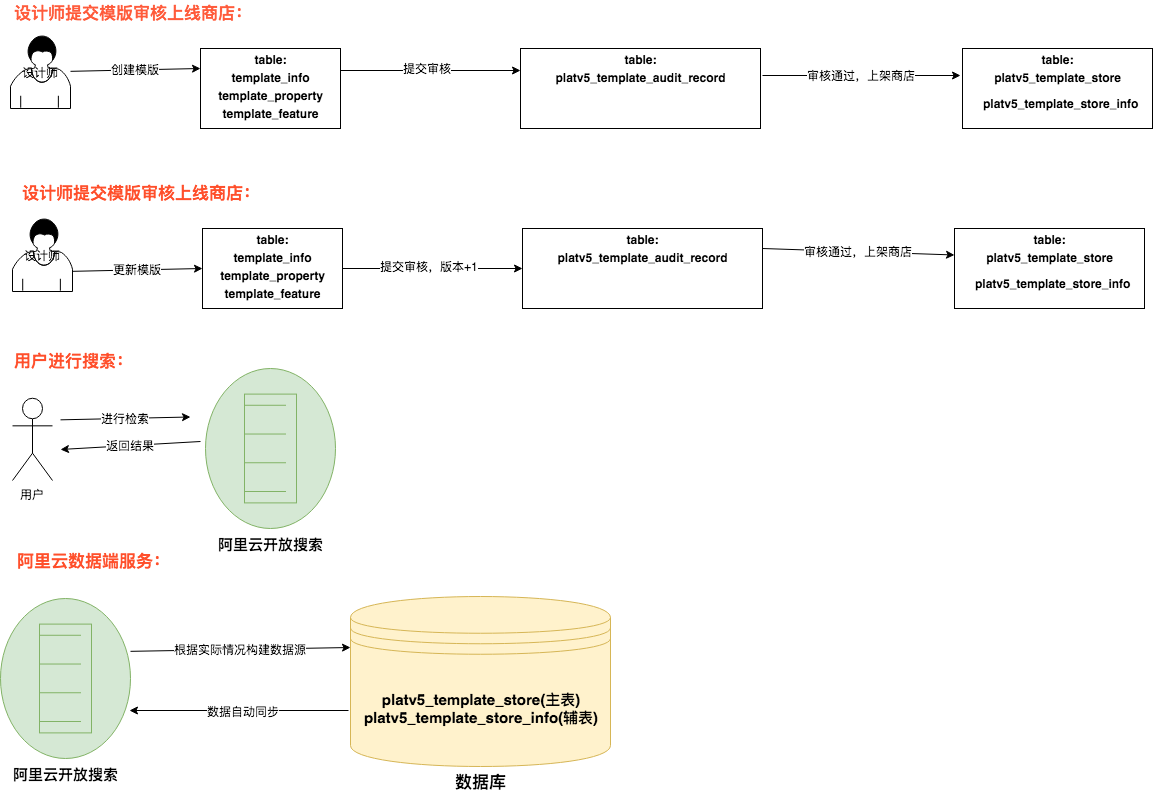
jinbiaomao/mao_demo keeps this draw.io diagram as a.png. Above is the earlier version. Source tidied: cells renumbered, new cells last; positions are measured from the earlier drawing's top-left corner, leaving out a move shared by most shapes.
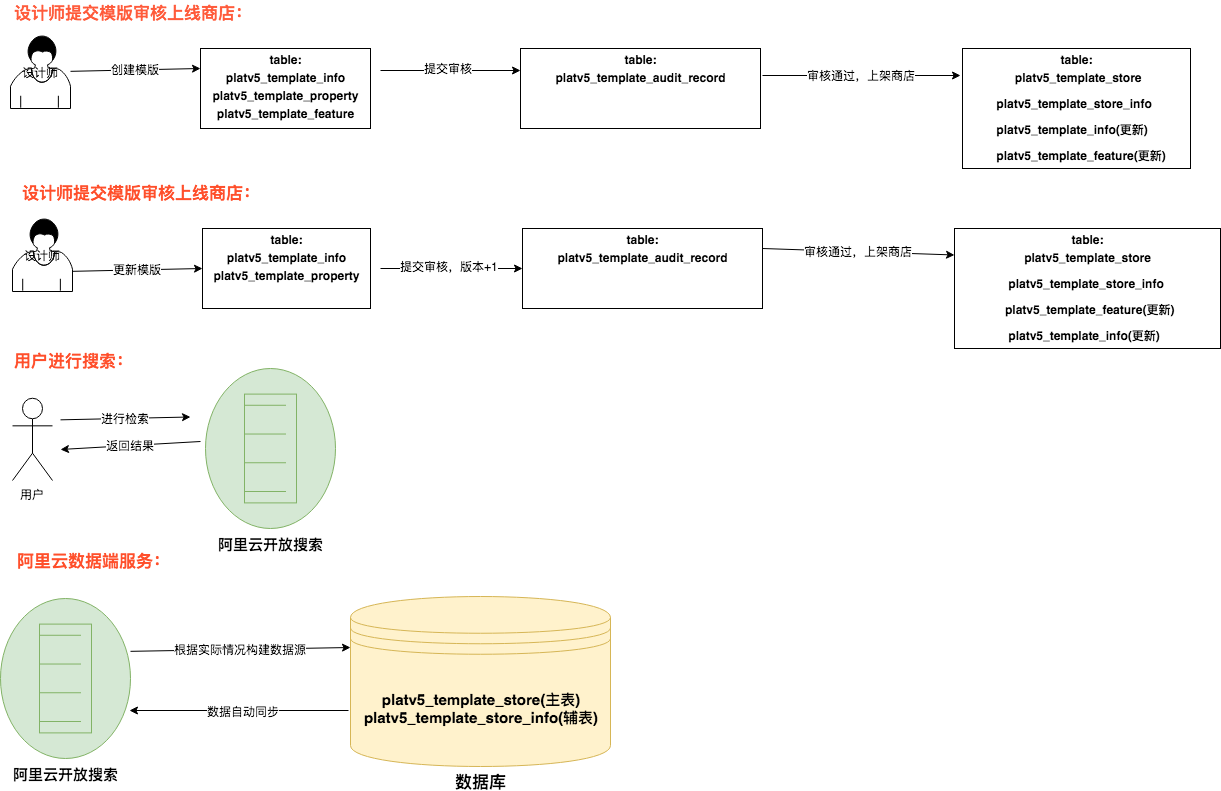
After the change.

What changed in the source:
```diff
@@ -10,12 +10,12 @@
         <mxPoint x="200" y="68" as="targetPoint" />
       </mxGeometry>
     </mxCell>
-    <mxCell id="4" value="&lt;p style=&quot;margin: 0px ; margin-top: 4px ; text-align: center&quot;&gt;&lt;b&gt;table:&lt;/b&gt;&lt;/p&gt;&lt;p style=&quot;margin: 0px ; margin-top: 4px ; text-align: center&quot;&gt;&lt;b&gt;template_info&lt;/b&gt;&lt;/p&gt;&lt;p style=&quot;margin: 0px ; margin-top: 4px ; text-align: center&quot;&gt;&lt;b&gt;template_property&lt;/b&gt;&lt;/p&gt;&lt;p style=&quot;margin: 0px ; margin-top: 4px ; text-align: center&quot;&gt;&lt;b&gt;template_feature&lt;/b&gt;&lt;/p&gt;" style="verticalAlign=top;align=left;overflow=fill;fontSize=12;fontFamily=Helvetica;html=1;" parent="1" vertex="1">
-      <mxGeometry x="200" y="48" width="140" height="80" as="geometry" />
+    <mxCell id="4" value="&lt;p style=&quot;margin: 0px ; margin-top: 4px ; text-align: center&quot;&gt;&lt;b&gt;table:&lt;/b&gt;&lt;/p&gt;&lt;p style=&quot;margin: 0px ; margin-top: 4px ; text-align: center&quot;&gt;&lt;b&gt;platv5_template_info&lt;/b&gt;&lt;/p&gt;&lt;p style=&quot;margin: 0px ; margin-top: 4px ; text-align: center&quot;&gt;&lt;b&gt;platv5_template_property&lt;/b&gt;&lt;/p&gt;&lt;p style=&quot;margin: 0px ; margin-top: 4px ; text-align: center&quot;&gt;&lt;b&gt;platv5_template_feature&lt;/b&gt;&lt;/p&gt;" style="verticalAlign=top;align=left;overflow=fill;fontSize=12;fontFamily=Helvetica;html=1;" parent="1" vertex="1">
+      <mxGeometry x="200" y="48" width="170" height="80" as="geometry" />
     </mxCell>
-    <mxCell id="5" style="endArrow=classic;html=1;exitX=1;exitY=0.5;" parent="1" edge="1">
+    <mxCell id="5" style="endArrow=classic;html=1;" parent="1" edge="1">
       <mxGeometry relative="1" as="geometry">
-        <mxPoint x="340" y="70" as="sourcePoint" />
+        <mxPoint x="380" y="70" as="sourcePoint" />
         <mxPoint x="520" y="70" as="targetPoint" />
       </mxGeometry>
     </mxCell>
@@ -30,8 +30,8 @@
         <mxPoint x="960" y="75" as="targetPoint" />
       </mxGeometry>
     </mxCell>
-    <mxCell id="9" value="&lt;p style=&quot;margin: 0px ; margin-top: 4px ; text-align: center&quot;&gt;&lt;b&gt;table:&lt;/b&gt;&lt;/p&gt;&lt;p style=&quot;margin: 0px ; margin-top: 4px ; text-align: center&quot;&gt;&lt;b&gt;platv5_template&lt;/b&gt;&lt;b&gt;_&lt;/b&gt;&lt;b&gt;store&lt;/b&gt;&lt;/p&gt;&lt;p&gt;&lt;b&gt;&amp;nbsp; &amp;nbsp; &amp;nbsp; platv5_template&lt;/b&gt;&lt;b&gt;_&lt;/b&gt;&lt;b&gt;store_info&lt;/b&gt;&lt;/p&gt;&lt;p&gt;&lt;b&gt;&lt;br&gt;&lt;/b&gt;&lt;/p&gt;" style="verticalAlign=top;align=left;overflow=fill;fontSize=12;fontFamily=Helvetica;html=1;" parent="1" vertex="1">
-      <mxGeometry x="962" y="48" width="190" height="80" as="geometry" />
+    <mxCell id="9" value="&lt;p style=&quot;margin: 0px ; margin-top: 4px ; text-align: center&quot;&gt;&lt;b&gt;table:&lt;/b&gt;&lt;/p&gt;&lt;p style=&quot;margin: 0px ; margin-top: 4px ; text-align: center&quot;&gt;&lt;b&gt;&amp;nbsp;platv5_template&lt;/b&gt;&lt;b&gt;_&lt;/b&gt;&lt;b&gt;store&lt;/b&gt;&lt;/p&gt;&lt;p&gt;&lt;b&gt;&amp;nbsp; &amp;nbsp; &amp;nbsp; &amp;nbsp; &amp;nbsp; platv5_template&lt;/b&gt;&lt;b&gt;_&lt;/b&gt;&lt;b&gt;store_info&lt;/b&gt;&lt;/p&gt;&lt;p&gt;&lt;b&gt;&amp;nbsp; &amp;nbsp; &amp;nbsp; &amp;nbsp; &amp;nbsp; platv5_template_info(更新)&lt;/b&gt;&lt;/p&gt;&lt;p&gt;&lt;b&gt;&amp;nbsp; &amp;nbsp; &amp;nbsp; &amp;nbsp; &amp;nbsp; platv5_template_feature(更新)&lt;/b&gt;&lt;/p&gt;&lt;p&gt;&lt;b&gt;&lt;br&gt;&lt;/b&gt;&lt;/p&gt;" style="verticalAlign=top;align=left;overflow=fill;fontSize=12;fontFamily=Helvetica;html=1;" parent="1" vertex="1">
+      <mxGeometry x="962" y="48" width="228" height="120" as="geometry" />
     </mxCell>
     <mxCell id="10" value="设计师" style="shape=mxgraph.bpmn.user_task;html=1;fillColor=#ffffff;strokeColor=#000000;" parent="1" vertex="1">
       <mxGeometry x="12" y="218" width="60" height="73" as="geometry" />
@@ -42,12 +42,12 @@
         <mxPoint x="202" y="268" as="targetPoint" />
       </mxGeometry>
     </mxCell>
-    <mxCell id="12" value="&lt;p style=&quot;margin: 0px ; margin-top: 4px ; text-align: center&quot;&gt;&lt;b&gt;table:&lt;/b&gt;&lt;/p&gt;&lt;p style=&quot;margin: 0px ; margin-top: 4px ; text-align: center&quot;&gt;&lt;b&gt;template_info&lt;/b&gt;&lt;/p&gt;&lt;p style=&quot;margin: 0px ; margin-top: 4px ; text-align: center&quot;&gt;&lt;b&gt;template_property&lt;/b&gt;&lt;/p&gt;&lt;p style=&quot;margin: 0px ; margin-top: 4px ; text-align: center&quot;&gt;&lt;b&gt;template_feature&lt;/b&gt;&lt;/p&gt;" style="verticalAlign=top;align=left;overflow=fill;fontSize=12;fontFamily=Helvetica;html=1;" parent="1" vertex="1">
-      <mxGeometry x="202" y="228" width="140" height="80" as="geometry" />
+    <mxCell id="12" value="&lt;p style=&quot;margin: 0px ; margin-top: 4px ; text-align: center&quot;&gt;&lt;b&gt;table:&lt;/b&gt;&lt;/p&gt;&lt;p style=&quot;margin: 0px ; margin-top: 4px ; text-align: center&quot;&gt;&lt;b&gt;platv5_template_info&lt;/b&gt;&lt;/p&gt;&lt;p style=&quot;margin: 0px ; margin-top: 4px ; text-align: center&quot;&gt;&lt;b&gt;platv5_template_property&lt;/b&gt;&lt;/p&gt;" style="verticalAlign=top;align=left;overflow=fill;fontSize=12;fontFamily=Helvetica;html=1;" parent="1" vertex="1">
+      <mxGeometry x="202" y="228" width="168" height="80" as="geometry" />
     </mxCell>
-    <mxCell id="13" style="endArrow=classic;html=1;exitX=1;exitY=0.5;" parent="1" edge="1">
+    <mxCell id="13" style="endArrow=classic;html=1;" parent="1" edge="1">
       <mxGeometry relative="1" as="geometry">
-        <mxPoint x="342" y="268" as="sourcePoint" />
+        <mxPoint x="380" y="268" as="sourcePoint" />
         <mxPoint x="522" y="268" as="targetPoint" />
       </mxGeometry>
     </mxCell>
@@ -62,8 +62,8 @@
         <mxPoint x="954" y="254.5" as="targetPoint" />
       </mxGeometry>
     </mxCell>
-    <mxCell id="17" value="&lt;p style=&quot;margin: 0px ; margin-top: 4px ; text-align: center&quot;&gt;&lt;b&gt;table:&lt;/b&gt;&lt;/p&gt;&lt;p style=&quot;margin: 0px ; margin-top: 4px ; text-align: center&quot;&gt;&lt;b&gt;platv5_template&lt;/b&gt;&lt;b&gt;_&lt;/b&gt;&lt;b&gt;store&lt;/b&gt;&lt;/p&gt;&lt;p&gt;&lt;b&gt;&amp;nbsp; &amp;nbsp; &amp;nbsp; platv5_template&lt;/b&gt;&lt;b&gt;_&lt;/b&gt;&lt;b&gt;store_info&lt;/b&gt;&lt;/p&gt;&lt;p&gt;&lt;b&gt;&lt;br&gt;&lt;/b&gt;&lt;/p&gt;" style="verticalAlign=top;align=left;overflow=fill;fontSize=12;fontFamily=Helvetica;html=1;" parent="1" vertex="1">
-      <mxGeometry x="954" y="228" width="190" height="80" as="geometry" />
+    <mxCell id="17" value="&lt;p style=&quot;margin: 0px ; margin-top: 4px ; text-align: center&quot;&gt;&lt;b&gt;table:&lt;/b&gt;&lt;/p&gt;&lt;p style=&quot;margin: 0px ; margin-top: 4px ; text-align: center&quot;&gt;&lt;b&gt;platv5_template&lt;/b&gt;&lt;b&gt;_&lt;/b&gt;&lt;b&gt;store&lt;/b&gt;&lt;/p&gt;&lt;p&gt;&lt;b&gt;&amp;nbsp; &amp;nbsp; &amp;nbsp; &amp;nbsp; &amp;nbsp; &amp;nbsp; &amp;nbsp; &amp;nbsp; platv5_template&lt;/b&gt;&lt;b&gt;_&lt;/b&gt;&lt;b&gt;store_info&lt;/b&gt;&lt;/p&gt;&lt;p&gt;&lt;b&gt;&amp;nbsp; &amp;nbsp; &amp;nbsp; &amp;nbsp; &amp;nbsp; &amp;nbsp; &amp;nbsp; &amp;nbsp;platv5_template_feature(更新)&lt;/b&gt;&lt;b&gt;&lt;br&gt;&lt;/b&gt;&lt;/p&gt;&lt;p&gt;&lt;b&gt;&amp;nbsp; &amp;nbsp; &amp;nbsp; &amp;nbsp; &amp;nbsp; &amp;nbsp; &amp;nbsp; &amp;nbsp; platv5_template_info(更新)&lt;/b&gt;&lt;/p&gt;" style="verticalAlign=top;align=left;overflow=fill;fontSize=12;fontFamily=Helvetica;html=1;" parent="1" vertex="1">
+      <mxGeometry x="954" y="228" width="266" height="120" as="geometry" />
     </mxCell>
     <mxCell id="18" value="用户" style="shape=umlActor;verticalLabelPosition=bottom;labelBackgroundColor=#ffffff;verticalAlign=top;html=1;" parent="1" vertex="1">
       <mxGeometry x="12" y="398" width="40" height="82" as="geometry" />
```
